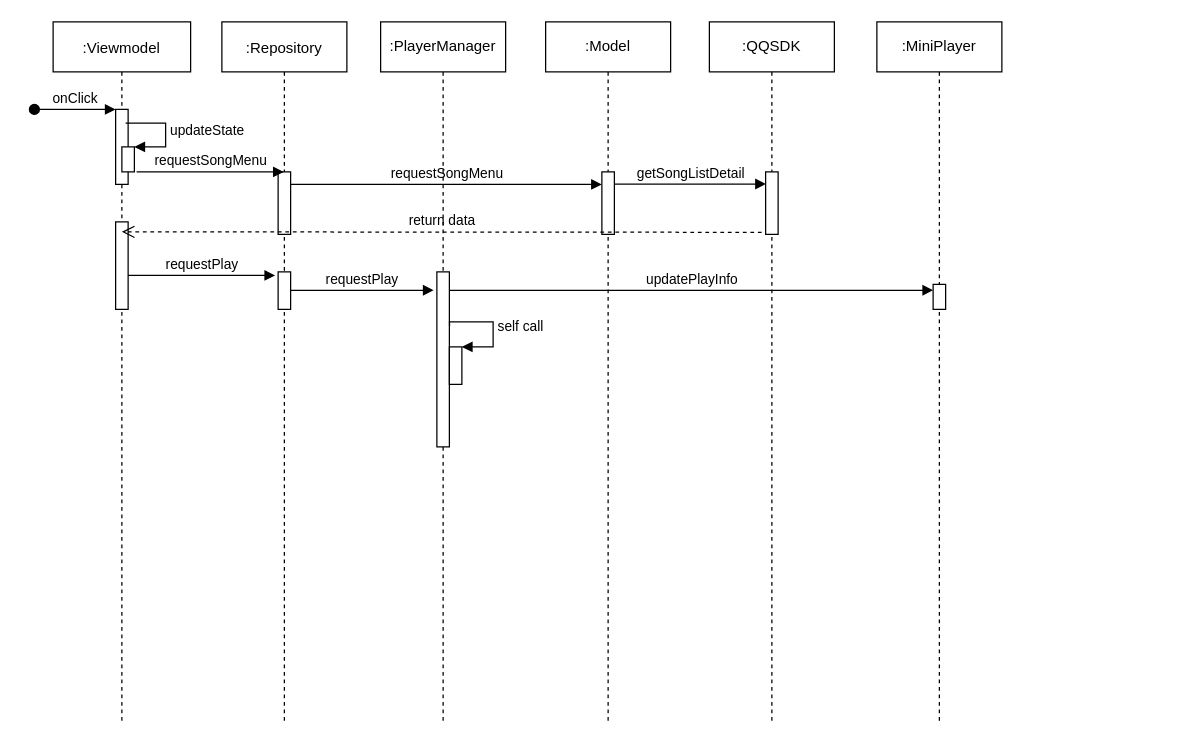
This is Untitled Diagram.drawio from milk1990/AndFix, a draw.io file, before an edit. Source tidied: cells renumbered, new cells numbered last; positions are measured from the earlier drawing's top-left corner, leaving out a move shared by most shapes. Both pictures are drawn from the tidied source at 125%, with x=0, y=0 at pixel (34, 21).
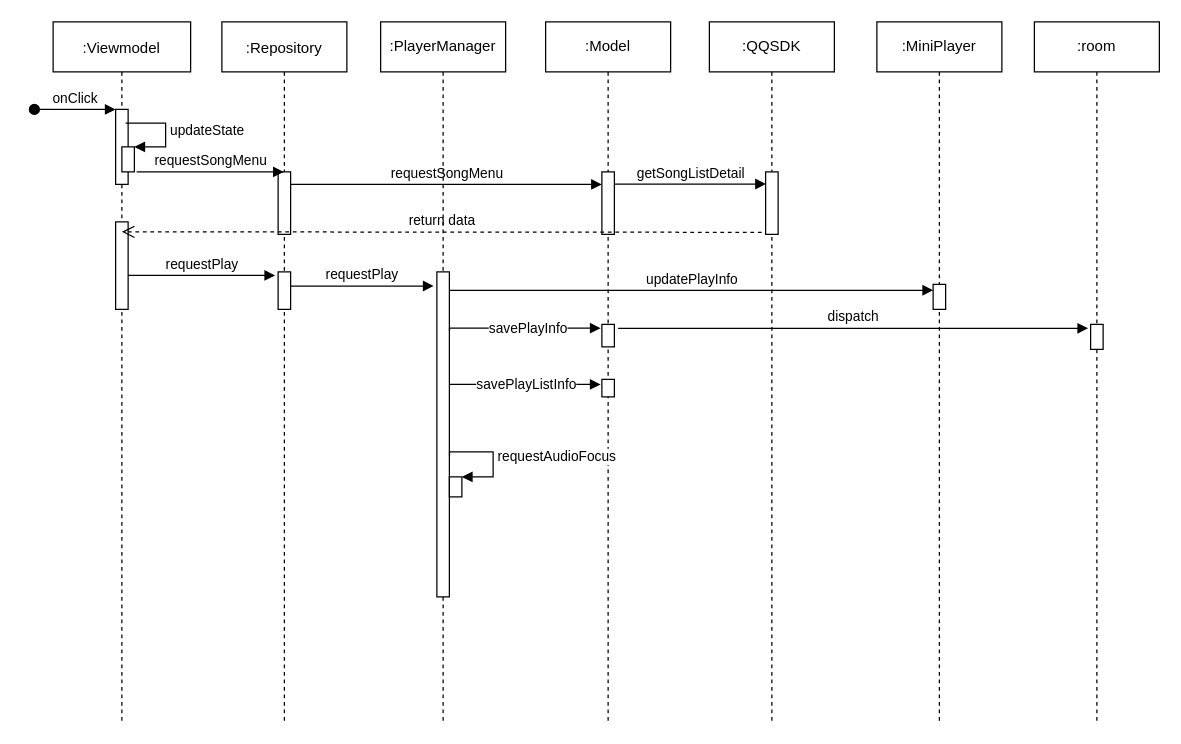
Above is the later version.

The change refers to these unchanged cells:
```xml
<mxCell id="11" style="html=1;points=[];perimeter=orthogonalPerimeter;" parent="8" vertex="1">
  <mxGeometry x="45" y="200" width="10" height="30" as="geometry" />
</mxCell>
<mxCell id="12" value=":Model" style="shape=umlLifeline;perimeter=lifelinePerimeter;whiteSpace=wrap;html=1;" parent="1" vertex="1">
  <mxGeometry x="409" width="100" height="560" as="geometry" />
</mxCell>
<mxCell id="16" value=":PlayerManager" style="shape=umlLifeline;perimeter=lifelinePerimeter;whiteSpace=wrap;html=1;" parent="1" vertex="1">
  <mxGeometry x="277" width="100" height="560" as="geometry" />
</mxCell>
```

Change to the diagram source:
```diff
@@
+    <mxCell id="28" style="html=1;points=[];perimeter=orthogonalPerimeter;" parent="12" vertex="1">
+      <mxGeometry x="45" y="242" width="10" height="18" as="geometry" />
+    </mxCell>
+    <mxCell id="29" style="html=1;perimeter=orthogonalPerimeter;" parent="12" vertex="1">
+      <mxGeometry x="45" y="286" width="10" height="14" as="geometry" />
+    </mxCell>
@@
     <mxCell id="17" style="html=1;points=[];perimeter=orthogonalPerimeter;" parent="16" vertex="1">
-      <mxGeometry x="45" y="200" width="10" height="140" as="geometry" />
+      <mxGeometry x="45" y="200" width="10" height="260" as="geometry" />
     </mxCell>
@@
     <mxCell id="19" style="html=1;points=[];perimeter=orthogonalPerimeter;" parent="16" vertex="1">
-      <mxGeometry x="55" y="260" width="10" height="30" as="geometry" />
+      <mxGeometry x="55" y="364" width="10" height="16" as="geometry" />
     </mxCell>
-    <mxCell id="20" value="self call" style="edgeStyle=orthogonalEdgeStyle;html=1;align=left;spacingLeft=2;endArrow=block;rounded=0;entryX=1;entryY=0;exitX=1.014;exitY=0.311;exitDx=0;exitDy=0;exitPerimeter=0;" parent="16" edge="1" source="17" target="19">
+    <mxCell id="20" value="requestAudioFocus" style="edgeStyle=orthogonalEdgeStyle;html=1;align=left;spacingLeft=2;endArrow=block;rounded=0;entryX=1;entryY=0;exitX=1.014;exitY=0.311;exitDx=0;exitDy=0;exitPerimeter=0;" parent="16" edge="1" target="19">
       <mxGeometry relative="1" as="geometry">
+        <mxPoint x="55.1" y="347.5" as="sourcePoint" />
         <Array as="points">
-          <mxPoint x="55" y="240" />
-          <mxPoint x="90" y="240" />
-          <mxPoint x="90" y="260" />
+          <mxPoint x="55" y="344" />
+          <mxPoint x="90" y="344" />
+          <mxPoint x="90" y="364" />
         </Array>
       </mxGeometry>
     </mxCell>
@@
-    <mxCell id="22" value="requestPlay" style="html=1;verticalAlign=bottom;endArrow=block;rounded=0;entryX=-0.259;entryY=0.105;entryDx=0;entryDy=0;entryPerimeter=0;" parent="1" edge="1" source="11" target="17">
-      <mxGeometry relative="1" as="geometry" />
+    <mxCell id="22" value="requestPlay" style="html=1;verticalAlign=bottom;endArrow=block;rounded=0;entryX=-0.259;entryY=0.105;entryDx=0;entryDy=0;entryPerimeter=0;" parent="1" edge="1">
+      <mxGeometry relative="1" as="geometry">
+        <mxPoint x="205" y="211.3" as="sourcePoint" />
+        <mxPoint x="319.4" y="211.3" as="targetPoint" />
+      </mxGeometry>
     </mxCell>
@@
+    <mxCell id="30" value="savePlayInfo" style="edgeStyle=orthogonalEdgeStyle;html=1;align=left;spacingLeft=2;endArrow=block;rounded=0;exitX=1.014;exitY=0.311;exitDx=0;exitDy=0;exitPerimeter=0;" parent="1" edge="1">
+      <mxGeometry x="-0.51" relative="1" as="geometry">
+        <mxPoint x="332.1" y="247.5" as="sourcePoint" />
+        <mxPoint x="453" y="245" as="targetPoint" />
+        <Array as="points">
+          <mxPoint x="332" y="245" />
+          <mxPoint x="453" y="245" />
+        </Array>
+      </mxGeometry>
+    </mxCell>
+    <mxCell id="31" value="savePlayListInfo" style="edgeStyle=orthogonalEdgeStyle;html=1;align=left;spacingLeft=2;endArrow=block;rounded=0;exitX=1.014;exitY=0.311;exitDx=0;exitDy=0;exitPerimeter=0;" parent="1" edge="1">
+      <mxGeometry x="-0.7" relative="1" as="geometry">
+        <mxPoint x="332.1" y="290.5" as="sourcePoint" />
+        <mxPoint x="453" y="290" as="targetPoint" />
+        <Array as="points">
+          <mxPoint x="453" y="291" />
+        </Array>
+      </mxGeometry>
+    </mxCell>
+    <mxCell id="32" value=":room" style="shape=umlLifeline;perimeter=lifelinePerimeter;whiteSpace=wrap;html=1;" parent="1" vertex="1">
+      <mxGeometry x="800" width="100" height="560" as="geometry" />
+    </mxCell>
+    <mxCell id="33" style="html=1;points=[];perimeter=orthogonalPerimeter;" parent="32" vertex="1">
+      <mxGeometry x="45" y="242" width="10" height="20" as="geometry" />
+    </mxCell>
+    <mxCell id="34" value="dispatch" style="html=1;verticalAlign=bottom;endArrow=block;rounded=0;exitX=1.3;exitY=0.175;exitDx=0;exitDy=0;exitPerimeter=0;entryX=-0.2;entryY=0.157;entryDx=0;entryDy=0;entryPerimeter=0;" parent="1" edge="1" source="28" target="33">
+      <mxGeometry relative="1" as="geometry" />
+    </mxCell>
```
